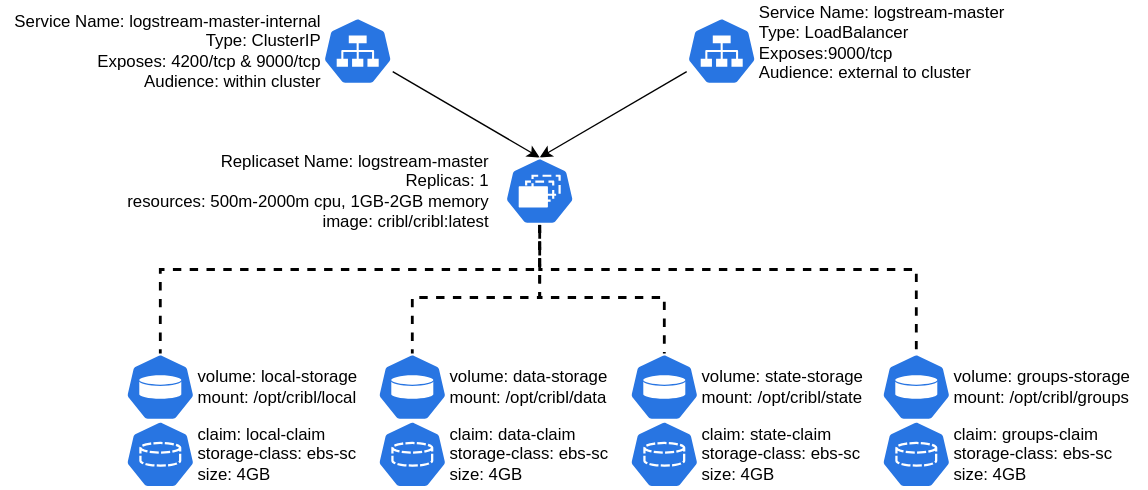
This is helm-chart-sources/logstream-master/images/k8s-logstream-master.svg from criblio/helm-charts, a draw.io export, as it was before one commit. Source tidied: cells renumbered, new cells last; positions are measured from the earlier drawing's top-left corner, leaving out a move shared by most shapes.
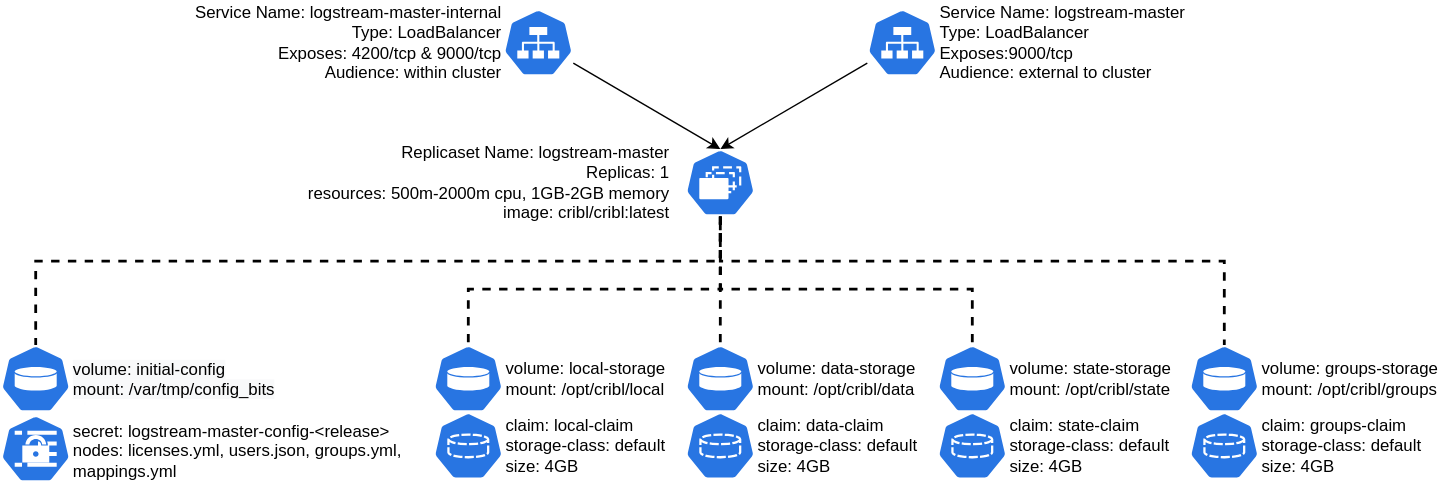
Above is the later version.

Diff of the diagram source:
```diff
@@ -3,12 +3,12 @@
     <mxCell id="0" />
     <mxCell id="1" parent="0" />
     <mxCell id="2" style="group;" parent="1" vertex="1">
-      <mxGeometry x="89" y="252" width="180" height="97" as="geometry" />
+      <mxGeometry x="180" y="252" width="180" height="97" as="geometry" />
     </mxCell>
     <mxCell id="3" value="volume: local-storage&lt;br&gt;mount: /opt/cribl/local" style="text;html=1;align=left;verticalAlign=middle;fillColor=none;strokeColor=none;rounded=0;" parent="2" vertex="1">
       <mxGeometry x="50" y="9" width="130" height="30" as="geometry" />
     </mxCell>
-    <mxCell id="4" value="claim: local-claim&lt;br&gt;storage-class: ebs-sc&lt;br&gt;size: 4GB" style="text;html=1;align=left;verticalAlign=middle;fillColor=none;strokeColor=none;rounded=0;" parent="2" vertex="1">
+    <mxCell id="4" value="claim: local-claim&lt;br&gt;storage-class: default&lt;br&gt;size: 4GB" style="text;html=1;align=left;verticalAlign=middle;fillColor=none;strokeColor=none;rounded=0;" parent="2" vertex="1">
       <mxGeometry x="50" y="47" width="130" height="50" as="geometry" />
     </mxCell>
     <mxCell id="5" style="html=1;dashed=0;whitespace=wrap;fillColor=#2875E2;strokeColor=#ffffff;points=[[0.005,0.63,0],[0.1,0.2,0],[0.9,0.2,0],[0.5,0,0],[0.995,0.63,0],[0.72,0.99,0],[0.5,1,0],[0.28,0.99,0]];shape=mxgraph.kubernetes.icon;prIcon=pv;" parent="2" vertex="1">
@@ -18,12 +18,12 @@
       <mxGeometry y="48" width="50" height="48" as="geometry" />
     </mxCell>
     <mxCell id="7" style="group;" parent="1" vertex="1">
-      <mxGeometry x="269" y="252" width="180" height="97" as="geometry" />
+      <mxGeometry x="360" y="252" width="180" height="97" as="geometry" />
     </mxCell>
     <mxCell id="8" value="volume: data-storage&lt;br&gt;mount: /opt/cribl/data" style="text;html=1;align=left;verticalAlign=middle;fillColor=none;strokeColor=none;rounded=0;" parent="7" vertex="1">
       <mxGeometry x="50" y="9" width="130" height="30" as="geometry" />
     </mxCell>
-    <mxCell id="9" value="claim: data-claim&lt;br&gt;storage-class: ebs-sc&lt;br&gt;size: 4GB" style="text;html=1;align=left;verticalAlign=middle;fillColor=none;strokeColor=none;rounded=0;" parent="7" vertex="1">
+    <mxCell id="9" value="claim: data-claim&lt;br&gt;storage-class: default&lt;br&gt;size: 4GB" style="text;html=1;align=left;verticalAlign=middle;fillColor=none;strokeColor=none;rounded=0;" parent="7" vertex="1">
       <mxGeometry x="50" y="47" width="130" height="50" as="geometry" />
     </mxCell>
     <mxCell id="10" style="html=1;dashed=0;whitespace=wrap;fillColor=#2875E2;strokeColor=#ffffff;points=[[0.005,0.63,0],[0.1,0.2,0],[0.9,0.2,0],[0.5,0,0],[0.995,0.63,0],[0.72,0.99,0],[0.5,1,0],[0.28,0.99,0]];shape=mxgraph.kubernetes.icon;prIcon=pv;" parent="7" vertex="1">
@@ -33,12 +33,12 @@
       <mxGeometry y="48" width="50" height="48" as="geometry" />
     </mxCell>
     <mxCell id="12" style="group;" parent="1" vertex="1">
-      <mxGeometry x="449" y="252" width="180" height="97" as="geometry" />
+      <mxGeometry x="540" y="252" width="180" height="97" as="geometry" />
     </mxCell>
     <mxCell id="13" value="volume: state-storage&lt;br&gt;mount: /opt/cribl/state" style="text;html=1;align=left;verticalAlign=middle;fillColor=none;strokeColor=none;rounded=0;" parent="12" vertex="1">
       <mxGeometry x="50" y="9" width="130" height="30" as="geometry" />
     </mxCell>
-    <mxCell id="14" value="claim: state-claim&lt;br&gt;storage-class: ebs-sc&lt;br&gt;size: 4GB" style="text;html=1;align=left;verticalAlign=middle;fillColor=none;strokeColor=none;rounded=0;" parent="12" vertex="1">
+    <mxCell id="14" value="claim: state-claim&lt;br&gt;storage-class: default&lt;br&gt;size: 4GB" style="text;html=1;align=left;verticalAlign=middle;fillColor=none;strokeColor=none;rounded=0;" parent="12" vertex="1">
       <mxGeometry x="50" y="47" width="130" height="50" as="geometry" />
     </mxCell>
     <mxCell id="15" style="html=1;dashed=0;whitespace=wrap;fillColor=#2875E2;strokeColor=#ffffff;points=[[0.005,0.63,0],[0.1,0.2,0],[0.9,0.2,0],[0.5,0,0],[0.995,0.63,0],[0.72,0.99,0],[0.5,1,0],[0.28,0.99,0]];shape=mxgraph.kubernetes.icon;prIcon=pv;" parent="12" vertex="1">
@@ -48,12 +48,12 @@
       <mxGeometry y="48" width="50" height="48" as="geometry" />
     </mxCell>
     <mxCell id="17" style="group;" parent="1" vertex="1">
-      <mxGeometry x="629" y="252" width="190" height="97" as="geometry" />
+      <mxGeometry x="720" y="252" width="190" height="97" as="geometry" />
     </mxCell>
     <mxCell id="18" value="volume: groups-storage&lt;br&gt;mount: /opt/cribl/groups" style="text;html=1;align=left;verticalAlign=middle;fillColor=none;strokeColor=none;rounded=0;" parent="17" vertex="1">
       <mxGeometry x="50" y="9" width="140" height="30" as="geometry" />
     </mxCell>
-    <mxCell id="19" value="claim: groups-claim&lt;br&gt;storage-class: ebs-sc&lt;br&gt;size: 4GB" style="text;html=1;align=left;verticalAlign=middle;fillColor=none;strokeColor=none;rounded=0;" parent="17" vertex="1">
+    <mxCell id="19" value="claim: groups-claim&lt;br&gt;storage-class: default&lt;br&gt;size: 4GB" style="text;html=1;align=left;verticalAlign=middle;fillColor=none;strokeColor=none;rounded=0;" parent="17" vertex="1">
       <mxGeometry x="50" y="47" width="130" height="50" as="geometry" />
     </mxCell>
     <mxCell id="20" style="html=1;dashed=0;whitespace=wrap;fillColor=#2875E2;strokeColor=#ffffff;points=[[0.005,0.63,0],[0.1,0.2,0],[0.9,0.2,0],[0.5,0,0],[0.995,0.63,0],[0.72,0.99,0],[0.5,1,0],[0.28,0.99,0]];shape=mxgraph.kubernetes.icon;prIcon=pv;" parent="17" vertex="1">
@@ -74,25 +74,25 @@
     <mxCell id="25" style="html=1;dashed=0;whitespace=wrap;fillColor=#2875E2;strokeColor=#ffffff;points=[[0.005,0.63,0],[0.1,0.2,0],[0.9,0.2,0],[0.5,0,0],[0.995,0.63,0],[0.72,0.99,0],[0.5,1,0],[0.28,0.99,0]];shape=mxgraph.kubernetes.icon;prIcon=svc;align=left;" parent="1" vertex="1">
       <mxGeometry x="490" y="12" width="50" height="48" as="geometry" />
     </mxCell>
-    <mxCell id="26" value="Service Name: logstream-master-internal&lt;br&gt;Type: ClusterIP&lt;br&gt;Exposes: 4200/tcp &amp;amp; 9000/tcp&lt;br&gt;Audience: within cluster" style="text;html=1;align=right;verticalAlign=middle;fillColor=none;strokeColor=none;rounded=0;" parent="1" vertex="1">
+    <mxCell id="26" value="Service Name: logstream-master-internal&lt;br&gt;Type: LoadBalancer&lt;br&gt;Exposes: 4200/tcp &amp;amp; 9000/tcp&lt;br&gt;Audience: within cluster" style="text;html=1;align=right;verticalAlign=middle;fillColor=none;strokeColor=none;rounded=0;" parent="1" vertex="1">
       <mxGeometry y="6" width="230" height="60" as="geometry" />
     </mxCell>
     <mxCell id="27" value="Service Name: logstream-master&lt;br&gt;Type: LoadBalancer&lt;br&gt;Exposes:9000/tcp&lt;br&gt;Audience: external to cluster" style="text;html=1;align=left;verticalAlign=middle;fillColor=none;strokeColor=none;rounded=0;" parent="1" vertex="1">
-      <mxGeometry x="540" width="190" height="60" as="geometry" />
+      <mxGeometry x="540" y="6" width="190" height="60" as="geometry" />
     </mxCell>
     <mxCell id="28" style="edgeStyle=orthogonalEdgeStyle;rounded=0;jettySize=auto;html=1;entryX=0.5;entryY=0;entryDx=0;entryDy=0;entryPerimeter=0;elbow=vertical;endArrow=none;endFill=0;strokeWidth=2;dashed=1;" parent="1" edge="1" source="32" target="5">
       <mxGeometry relative="1" as="geometry">
         <Array as="points">
-          <mxPoint x="385" y="192" />
-          <mxPoint x="114" y="192" />
+          <mxPoint x="385" y="212" />
+          <mxPoint x="205" y="212" />
         </Array>
       </mxGeometry>
     </mxCell>
     <mxCell id="29" style="edgeStyle=orthogonalEdgeStyle;rounded=0;jettySize=auto;html=1;entryX=0.5;entryY=0;entryDx=0;entryDy=0;entryPerimeter=0;elbow=vertical;endArrow=none;endFill=0;strokeWidth=2;dashed=1;" parent="1" edge="1" source="32" target="10">
       <mxGeometry relative="1" as="geometry">
         <Array as="points">
-          <mxPoint x="385" y="212" />
-          <mxPoint x="294" y="212" />
+          <mxPoint x="385" y="232" />
+          <mxPoint x="385" y="232" />
         </Array>
       </mxGeometry>
     </mxCell>
@@ -101,7 +101,7 @@
         <mxPoint x="385" y="160" as="sourcePoint" />
         <Array as="points">
           <mxPoint x="385" y="212" />
-          <mxPoint x="474" y="212" />
+          <mxPoint x="565" y="212" />
         </Array>
       </mxGeometry>
     </mxCell>
@@ -110,7 +110,7 @@
         <mxPoint x="385" y="152" as="sourcePoint" />
         <Array as="points">
           <mxPoint x="385" y="192" />
-          <mxPoint x="654" y="192" />
+          <mxPoint x="745" y="192" />
         </Array>
       </mxGeometry>
     </mxCell>
@@ -120,5 +120,28 @@
     <mxCell id="33" value="Replicaset Name: logstream-master&lt;br&gt;Replicas: 1&lt;br&gt;resources: 500m-2000m cpu, 1GB-2GB memory&lt;br&gt;image: cribl/cribl:latest" style="text;html=1;align=right;verticalAlign=middle;fillColor=none;strokeColor=none;rounded=0;" parent="1" vertex="1">
       <mxGeometry x="80" y="106" width="270" height="60" as="geometry" />
     </mxCell>
+    <mxCell id="34" style="group;" parent="1" vertex="1">
+      <mxGeometry x="-129" y="252" width="290" height="98" as="geometry" />
+    </mxCell>
+    <mxCell id="35" style="html=1;dashed=0;whitespace=wrap;fillColor=#2875E2;strokeColor=#ffffff;shape=mxgraph.kubernetes.icon;prIcon=secret;" parent="34" vertex="1">
+      <mxGeometry y="50" width="50" height="48" as="geometry" />
+    </mxCell>
+    <mxCell id="36" style="html=1;dashed=0;whitespace=wrap;fillColor=#2875E2;strokeColor=#ffffff;points=[[0.005,0.63,0],[0.1,0.2,0],[0.9,0.2,0],[0.5,0,0],[0.995,0.63,0],[0.72,0.99,0],[0.5,1,0],[0.28,0.99,0]];shape=mxgraph.kubernetes.icon;prIcon=vol;" parent="34" vertex="1">
+      <mxGeometry width="50" height="48" as="geometry" />
+    </mxCell>
+    <mxCell id="37" value="&lt;span style=&quot;color: rgb(0 , 0 , 0) ; font-family: &amp;#34;helvetica&amp;#34; ; font-size: 12px ; font-style: normal ; font-weight: 400 ; letter-spacing: normal ; text-align: left ; text-indent: 0px ; text-transform: none ; word-spacing: 0px ; background-color: rgb(248 , 249 , 250) ; display: inline ; float: none&quot;&gt;volume: initial-config&lt;/span&gt;&lt;br style=&quot;color: rgb(0 , 0 , 0) ; font-family: &amp;#34;helvetica&amp;#34; ; font-size: 12px ; font-style: normal ; font-weight: 400 ; letter-spacing: normal ; text-align: left ; text-indent: 0px ; text-transform: none ; word-spacing: 0px ; background-color: rgb(248 , 249 , 250)&quot;&gt;&lt;span style=&quot;color: rgb(0 , 0 , 0) ; font-family: &amp;#34;helvetica&amp;#34; ; font-size: 12px ; font-style: normal ; font-weight: 400 ; letter-spacing: normal ; text-align: left ; text-indent: 0px ; text-transform: none ; word-spacing: 0px ; background-color: rgb(248 , 249 , 250) ; display: inline ; float: none&quot;&gt;mount: /var/tmp/config_bits&lt;/span&gt;" style="text;whiteSpace=wrap;html=1;" parent="34" vertex="1">
+      <mxGeometry x="50" y="4" width="160" height="40" as="geometry" />
+    </mxCell>
+    <mxCell id="38" value="&lt;font face=&quot;helvetica&quot;&gt;secret: logstream-master-config-&amp;lt;release&amp;gt;&lt;br&gt;nodes: licenses.yml, users.json, groups.yml, mappings.yml&lt;br&gt;&lt;/font&gt;" style="text;whiteSpace=wrap;html=1;" parent="34" vertex="1">
+      <mxGeometry x="50" y="48" width="240" height="40" as="geometry" />
+    </mxCell>
+    <mxCell id="39" style="edgeStyle=orthogonalEdgeStyle;rounded=0;jettySize=auto;html=1;entryX=0.5;entryY=0;entryDx=0;entryDy=0;entryPerimeter=0;elbow=vertical;endArrow=none;endFill=0;strokeWidth=2;dashed=1;exitX=0.5;exitY=1;exitDx=0;exitDy=0;exitPerimeter=0;" parent="1" edge="1" source="32" target="36">
+      <mxGeometry relative="1" as="geometry">
+        <Array as="points">
+          <mxPoint x="385" y="192" />
+          <mxPoint x="-104" y="192" />
+        </Array>
+      </mxGeometry>
+    </mxCell>
   </root>
 </mxGraphModel>
```
